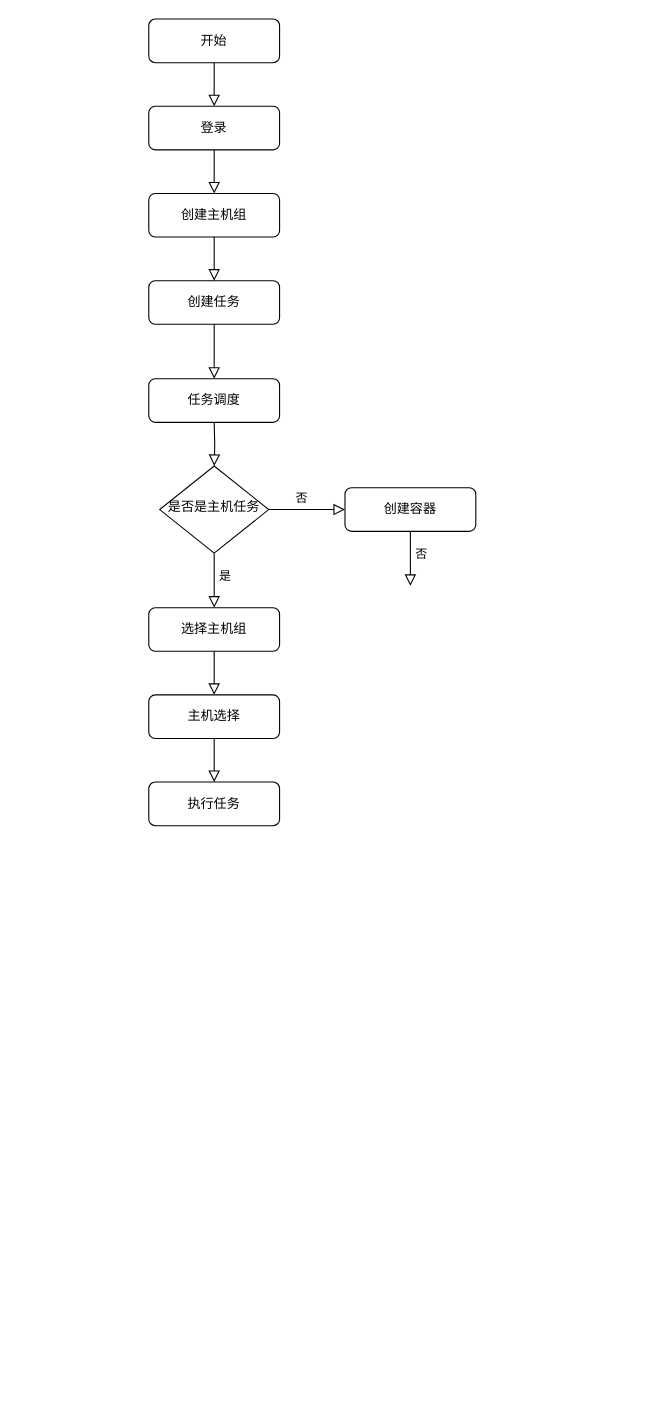
tianshengdiwangK/common keeps this draw.io diagram as 系统流程图.drawio. Above is the earlier version. Source tidied: cells renumbered, new cells numbered last; positions are measured from the earlier drawing's top-left corner, leaving out a move shared by most shapes. Both pictures are drawn from the tidied source at 109%, with x=0, y=0 at pixel (148, 19).
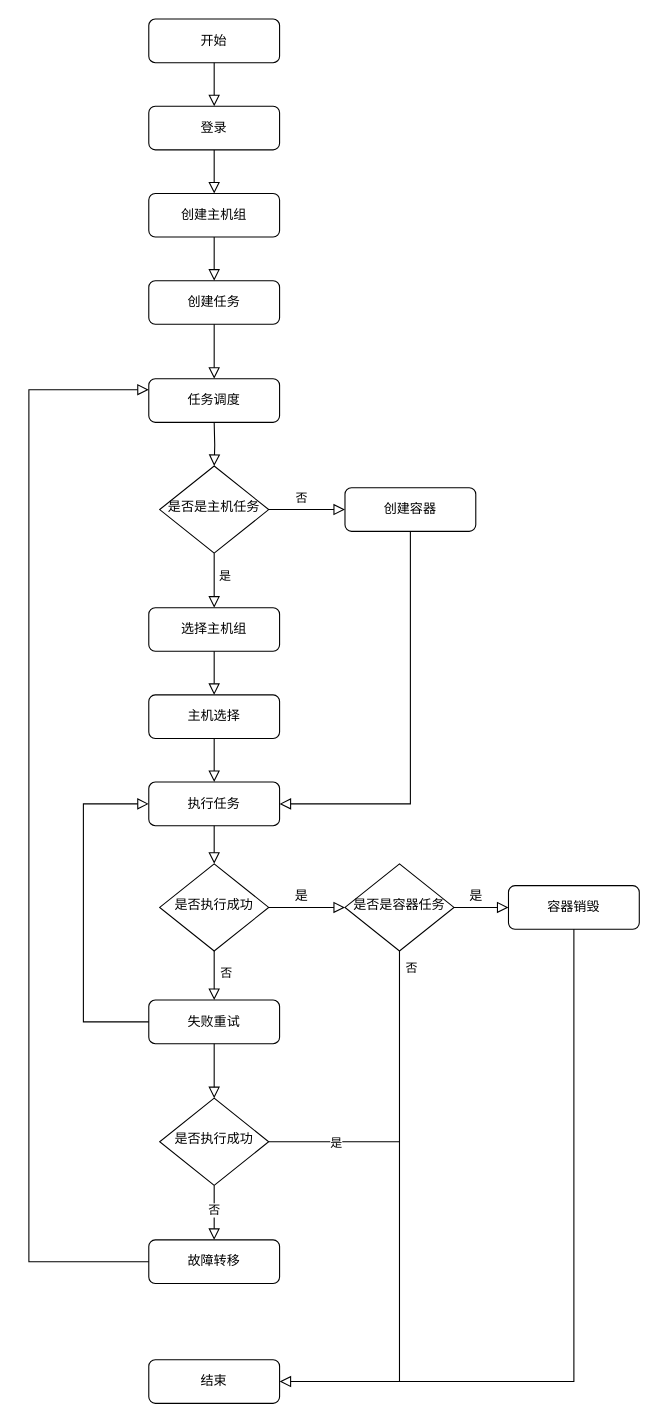
The same diagram, later.

Commit message:
更新系统流程图.drawio

Unchanged cells that the change refers to:
```xml
<mxCell id="5" value="任务调度" style="rounded=1;whiteSpace=wrap;html=1;fontSize=12;glass=0;strokeWidth=1;shadow=0;" parent="1" vertex="1">
  <mxGeometry y="330" width="120" height="40" as="geometry" />
</mxCell>
<mxCell id="14" value="创建容器" style="rounded=1;whiteSpace=wrap;html=1;fontSize=12;glass=0;strokeWidth=1;shadow=0;" parent="1" vertex="1">
  <mxGeometry x="180" y="430" width="120" height="40" as="geometry" />
</mxCell>
<mxCell id="20" value="执行任务" style="rounded=1;whiteSpace=wrap;html=1;fontSize=12;glass=0;strokeWidth=1;shadow=0;" parent="1" vertex="1">
  <mxGeometry y="700" width="120" height="40" as="geometry" />
</mxCell>
```

Diff of the diagram source:
```diff
@@
-    <mxCell id="21" value="否" style="rounded=0;html=1;jettySize=auto;fontSize=11;endArrow=block;endFill=0;endSize=8;strokeWidth=1;shadow=0;labelBackgroundColor=none;edgeStyle=orthogonalEdgeStyle;exitX=0.5;exitY=1;exitDx=0;exitDy=0;" parent="1" edge="1" source="14">
-      <mxGeometry x="-0.15" y="10" relative="1" as="geometry">
-        <mxPoint x="240" y="520" as="targetPoint" />
-      </mxGeometry>
+    <mxCell id="21" style="rounded=0;html=1;jettySize=auto;fontSize=11;endArrow=block;endFill=0;endSize=8;strokeWidth=1;shadow=0;labelBackgroundColor=none;edgeStyle=orthogonalEdgeStyle;exitX=0.5;exitY=1;exitDx=0;exitDy=0;entryX=1;entryY=0.5;entryDx=0;entryDy=0;" parent="1" edge="1" source="14" target="20">
+      <mxGeometry x="-0.16" y="10" relative="1" as="geometry" />
     </mxCell>
+    <mxCell id="22" value="是否执行成功" style="rhombus;whiteSpace=wrap;html=1;shadow=0;fontFamily=Helvetica;fontSize=12;align=center;strokeWidth=1;spacing=6;spacingTop=-4;" parent="1" vertex="1">
+      <mxGeometry x="10" y="775" width="100" height="80" as="geometry" />
+    </mxCell>
+    <mxCell id="23" style="rounded=0;html=1;jettySize=auto;fontSize=11;endArrow=block;endFill=0;endSize=8;strokeWidth=1;shadow=0;labelBackgroundColor=none;edgeStyle=orthogonalEdgeStyle;entryX=0.5;entryY=0;entryDx=0;entryDy=0;" parent="1" edge="1" target="22">
+      <mxGeometry x="-0.15" y="10" relative="1" as="geometry">
+        <mxPoint x="60" y="740" as="sourcePoint" />
+      </mxGeometry>
+    </mxCell>
+    <mxCell id="24" value="结束" style="rounded=1;whiteSpace=wrap;html=1;fontSize=12;glass=0;strokeWidth=1;shadow=0;" parent="1" vertex="1">
+      <mxGeometry y="1230" width="120" height="40" as="geometry" />
+    </mxCell>
+    <mxCell id="25" value="失败重试" style="rounded=1;whiteSpace=wrap;html=1;fontSize=12;glass=0;strokeWidth=1;shadow=0;" parent="1" vertex="1">
+      <mxGeometry y="900" width="120" height="40" as="geometry" />
+    </mxCell>
+    <mxCell id="26" style="rounded=0;html=1;jettySize=auto;fontSize=11;endArrow=block;endFill=0;endSize=8;strokeWidth=1;shadow=0;labelBackgroundColor=none;edgeStyle=orthogonalEdgeStyle;entryX=0.5;entryY=0;entryDx=0;entryDy=0;exitX=0.5;exitY=1;exitDx=0;exitDy=0;" parent="1" edge="1" source="22" target="25">
+      <mxGeometry x="-0.15" y="10" relative="1" as="geometry">
+        <Array as="points">
+          <mxPoint x="60" y="890" />
+          <mxPoint x="60" y="890" />
+        </Array>
+      </mxGeometry>
+    </mxCell>
+    <mxCell id="27" value="否" style="edgeLabel;html=1;align=center;verticalAlign=middle;" parent="26" vertex="1">
+      <mxGeometry x="-0.18" y="-1" relative="1" as="geometry">
+        <mxPoint x="11" y="1" as="offset" />
+      </mxGeometry>
+    </mxCell>
+    <mxCell id="28" style="rounded=0;html=1;jettySize=auto;fontSize=11;endArrow=block;endFill=0;endSize=8;strokeWidth=1;shadow=0;labelBackgroundColor=none;edgeStyle=orthogonalEdgeStyle;entryX=0;entryY=0.5;entryDx=0;entryDy=0;exitX=0;exitY=0.5;exitDx=0;exitDy=0;" parent="1" edge="1" source="25" target="20">
+      <mxGeometry x="-0.15" y="10" relative="1" as="geometry">
+        <Array as="points">
+          <mxPoint x="-60" y="920" />
+          <mxPoint x="-60" y="720" />
+        </Array>
+      </mxGeometry>
+    </mxCell>
+    <mxCell id="29" value="是否执行成功" style="rhombus;whiteSpace=wrap;html=1;shadow=0;fontFamily=Helvetica;fontSize=12;align=center;strokeWidth=1;spacing=6;spacingTop=-4;" parent="1" vertex="1">
+      <mxGeometry x="10" y="990" width="100" height="80" as="geometry" />
+    </mxCell>
+    <mxCell id="30" style="rounded=0;html=1;jettySize=auto;fontSize=11;endArrow=block;endFill=0;endSize=8;strokeWidth=1;shadow=0;labelBackgroundColor=none;edgeStyle=orthogonalEdgeStyle;entryX=0.5;entryY=0;entryDx=0;entryDy=0;exitX=0.5;exitY=1;exitDx=0;exitDy=0;" parent="1" edge="1" source="25" target="29">
+      <mxGeometry x="-0.15" y="10" relative="1" as="geometry" />
+    </mxCell>
+    <mxCell id="31" style="endArrow=none;html=1;rounded=0;exitX=1;exitY=0.5;exitDx=0;exitDy=0;" parent="1" edge="1" source="29">
+      <mxGeometry relative="1" as="geometry">
+        <mxPoint x="230" y="1030" as="targetPoint" />
+      </mxGeometry>
+    </mxCell>
+    <mxCell id="32" value="是" style="edgeLabel;html=1;align=center;verticalAlign=middle;" parent="31" vertex="1">
+      <mxGeometry x="0.01" relative="1" as="geometry" />
+    </mxCell>
+    <mxCell id="33" style="rounded=0;html=1;jettySize=auto;fontSize=11;endArrow=block;endFill=0;endSize=8;strokeWidth=1;shadow=0;labelBackgroundColor=none;edgeStyle=orthogonalEdgeStyle;exitX=0.5;exitY=1;exitDx=0;exitDy=0;" parent="1" edge="1" source="29">
+      <mxGeometry x="-0.15" y="10" relative="1" as="geometry">
+        <mxPoint x="60" y="1120" as="targetPoint" />
+        <Array as="points">
+          <mxPoint x="60" y="1100" />
+          <mxPoint x="60" y="1100" />
+        </Array>
+      </mxGeometry>
+    </mxCell>
+    <mxCell id="34" value="否" style="edgeLabel;html=1;align=center;verticalAlign=middle;" parent="33" vertex="1">
+      <mxGeometry x="-0.18" y="-1" relative="1" as="geometry">
+        <mxPoint y="1" as="offset" />
+      </mxGeometry>
+    </mxCell>
+    <mxCell id="35" value="故障转移" style="rounded=1;whiteSpace=wrap;html=1;fontSize=12;glass=0;strokeWidth=1;shadow=0;" parent="1" vertex="1">
+      <mxGeometry y="1120" width="120" height="40" as="geometry" />
+    </mxCell>
+    <mxCell id="36" style="rounded=0;html=1;jettySize=auto;fontSize=11;endArrow=block;endFill=0;endSize=8;strokeWidth=1;shadow=0;labelBackgroundColor=none;edgeStyle=orthogonalEdgeStyle;exitX=0;exitY=0.5;exitDx=0;exitDy=0;entryX=0;entryY=0.25;entryDx=0;entryDy=0;" parent="1" edge="1" source="35" target="5">
+      <mxGeometry x="-0.15" y="10" relative="1" as="geometry">
+        <Array as="points">
+          <mxPoint x="-110" y="1140" />
+          <mxPoint x="-110" y="340" />
+        </Array>
+      </mxGeometry>
+    </mxCell>
+    <mxCell id="37" value="容器销毁" style="rounded=1;whiteSpace=wrap;html=1;fontSize=12;glass=0;strokeWidth=1;shadow=0;" parent="1" vertex="1">
+      <mxGeometry x="330" y="795" width="120" height="40" as="geometry" />
+    </mxCell>
+    <mxCell id="38" style="rounded=0;html=1;jettySize=auto;fontSize=11;endArrow=block;endFill=0;endSize=8;strokeWidth=1;shadow=0;labelBackgroundColor=none;edgeStyle=orthogonalEdgeStyle;entryX=1;entryY=0.5;entryDx=0;entryDy=0;exitX=0.5;exitY=1;exitDx=0;exitDy=0;" parent="1" edge="1" source="37" target="24">
+      <mxGeometry x="-0.15" y="10" relative="1" as="geometry" />
+    </mxCell>
+    <mxCell id="39" value="是否是容器任务" style="rhombus;whiteSpace=wrap;html=1;shadow=0;fontFamily=Helvetica;fontSize=12;align=center;strokeWidth=1;spacing=6;spacingTop=-4;" parent="1" vertex="1">
+      <mxGeometry x="180" y="775" width="100" height="80" as="geometry" />
+    </mxCell>
+    <mxCell id="40" style="endArrow=none;html=1;rounded=0;exitX=0.5;exitY=1;exitDx=0;exitDy=0;" parent="1" edge="1" source="39">
+      <mxGeometry relative="1" as="geometry">
+        <mxPoint x="230" y="1250" as="targetPoint" />
+      </mxGeometry>
+    </mxCell>
+    <mxCell id="41" value="否" style="edgeLabel;html=1;align=center;verticalAlign=middle;" parent="40" vertex="1">
+      <mxGeometry x="-0.94" relative="1" as="geometry">
+        <mxPoint x="10" y="3" as="offset" />
+      </mxGeometry>
+    </mxCell>
+    <mxCell id="42" style="rounded=0;html=1;jettySize=auto;fontSize=11;endArrow=block;endFill=0;endSize=8;strokeWidth=1;shadow=0;labelBackgroundColor=none;edgeStyle=orthogonalEdgeStyle;entryX=0;entryY=0.5;entryDx=0;entryDy=0;exitX=1;exitY=0.5;exitDx=0;exitDy=0;" parent="1" edge="1" source="22" target="39">
+      <mxGeometry x="-0.15" y="10" relative="1" as="geometry" />
+    </mxCell>
+    <mxCell id="43" value="是" style="text;html=1;align=center;verticalAlign=middle;strokeColor=none;fillColor=none;" parent="1" vertex="1">
+      <mxGeometry x="120" y="790" width="40" height="30" as="geometry" />
+    </mxCell>
+    <mxCell id="44" style="rounded=0;html=1;jettySize=auto;fontSize=11;endArrow=block;endFill=0;endSize=8;strokeWidth=1;shadow=0;labelBackgroundColor=none;edgeStyle=orthogonalEdgeStyle;entryX=0;entryY=0.5;entryDx=0;entryDy=0;exitX=1;exitY=0.5;exitDx=0;exitDy=0;" parent="1" edge="1" source="39" target="37">
+      <mxGeometry x="-0.15" y="10" relative="1" as="geometry" />
+    </mxCell>
+    <mxCell id="45" value="是" style="text;html=1;align=center;verticalAlign=middle;strokeColor=none;fillColor=none;" parent="1" vertex="1">
+      <mxGeometry x="280" y="790" width="40" height="30" as="geometry" />
+    </mxCell>
```
